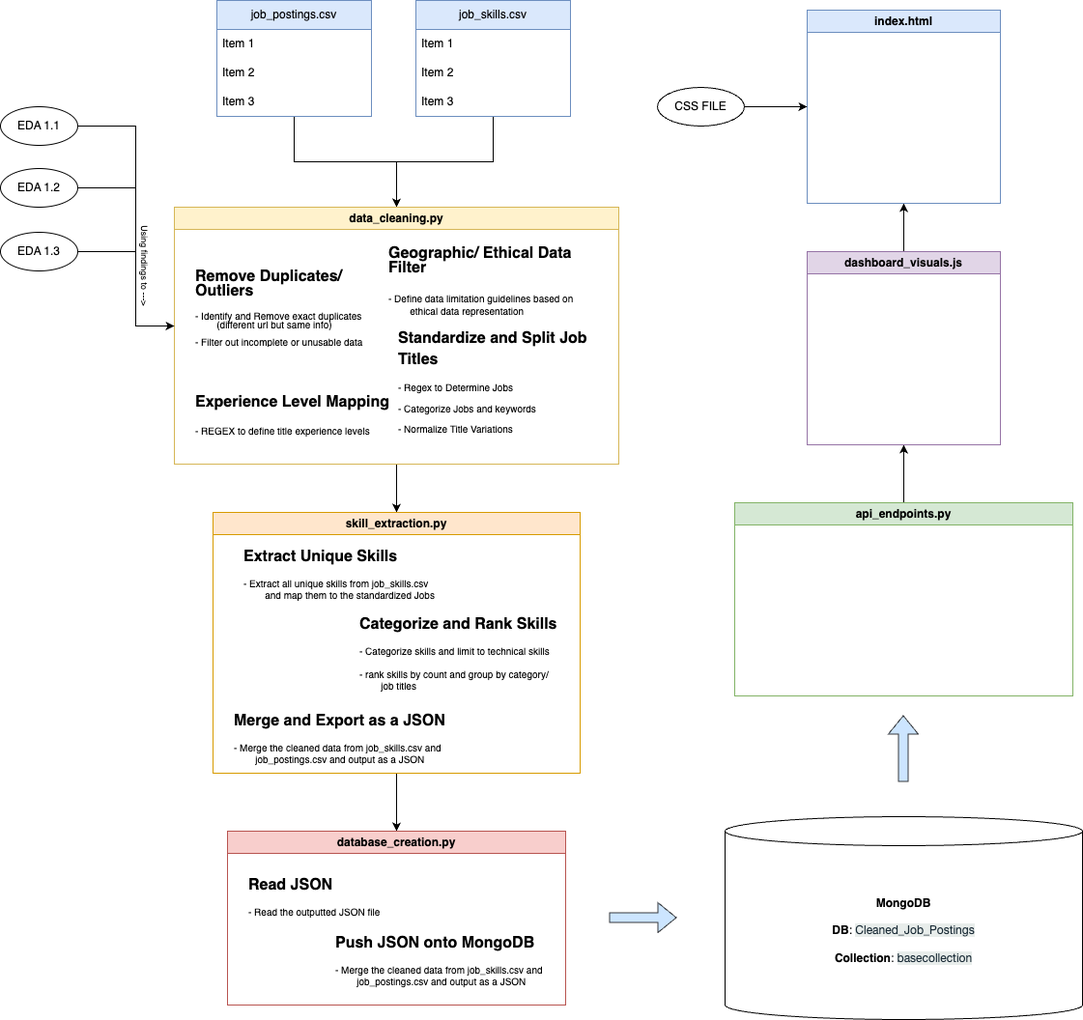
Before: resources/Project_3_Process_Map.png, a diagram exported from draw.io (Oceanpro00/Data_Jobs_Skills_Dashboard). Source tidied: cells renumbered, new cells last; positions are measured from the earlier drawing's top-left corner, leaving out a move shared by most shapes.
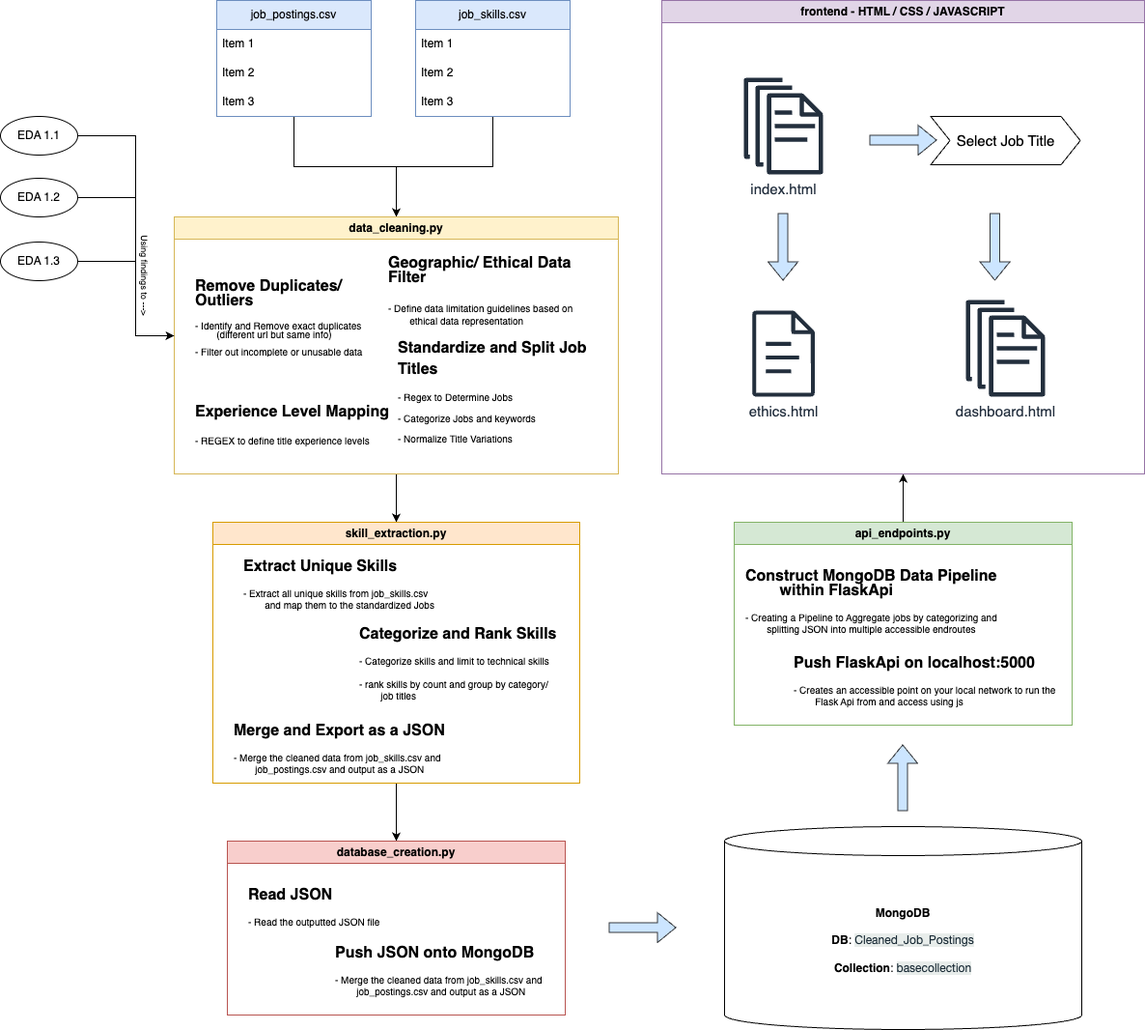
The same diagram one commit later.

The edit, as a diff of the source:
```diff
@@ -6,7 +6,7 @@
       <mxGeometry relative="1" as="geometry" />
     </mxCell>
     <mxCell id="3" value="job_postings.csv" style="swimlane;fontStyle=0;horizontal=1;startSize=30;whiteSpace=wrap;html=1;fillColor=#dae8fc;strokeColor=#6c8ebf;" parent="1" vertex="1">
-      <mxGeometry x="224" width="160" height="120" as="geometry" />
+      <mxGeometry x="224" y="-10" width="160" height="120" as="geometry" />
     </mxCell>
     <mxCell id="4" value="Item 1" style="text;strokeColor=none;fillColor=none;align=left;verticalAlign=middle;spacingLeft=4;spacingRight=4;overflow=hidden;whiteSpace=wrap;html=1;" parent="3" vertex="1">
       <mxGeometry y="30" width="160" height="30" as="geometry" />
@@ -21,7 +21,7 @@
       <mxGeometry relative="1" as="geometry" />
     </mxCell>
     <mxCell id="8" value="job_skills.csv" style="swimlane;fontStyle=0;horizontal=1;startSize=30;whiteSpace=wrap;html=1;fillColor=#dae8fc;strokeColor=#6c8ebf;" parent="1" vertex="1">
-      <mxGeometry x="430" width="160" height="120" as="geometry" />
+      <mxGeometry x="430" y="-10" width="160" height="120" as="geometry" />
     </mxCell>
     <mxCell id="9" value="Item 1" style="text;strokeColor=none;fillColor=none;align=left;verticalAlign=middle;spacingLeft=4;spacingRight=4;overflow=hidden;whiteSpace=wrap;html=1;" parent="8" vertex="1">
       <mxGeometry y="30" width="160" height="30" as="geometry" />
@@ -119,32 +119,56 @@
     <mxCell id="34" value="&lt;b&gt;MongoDB&lt;/b&gt;&lt;div&gt;&lt;br&gt;&lt;/div&gt;&lt;div&gt;&lt;b&gt;DB&lt;/b&gt;:&amp;nbsp;&lt;span style=&quot;background-color: rgb(232, 237, 235); color: rgb(28, 45, 56); font-family: &amp;quot;Euclid Circular A&amp;quot;, &amp;quot;Helvetica Neue&amp;quot;, Helvetica, Arial, sans-serif; text-align: start; text-wrap-mode: nowrap;&quot;&gt;Cleaned_Job_Postings&lt;/span&gt;&lt;/div&gt;&lt;div&gt;&lt;br&gt;&lt;/div&gt;&lt;div&gt;&lt;b&gt;Collection&lt;/b&gt;:&amp;nbsp;&lt;span style=&quot;background-color: rgb(232, 237, 235); color: rgb(28, 45, 56); font-family: &amp;quot;Euclid Circular A&amp;quot;, &amp;quot;Helvetica Neue&amp;quot;, Helvetica, Arial, sans-serif; text-align: start; text-wrap-mode: nowrap;&quot;&gt;basecollection&lt;/span&gt;&lt;/div&gt;" style="shape=cylinder3;whiteSpace=wrap;html=1;boundedLbl=1;backgroundOutline=1;size=15;" parent="1" vertex="1">
       <mxGeometry x="750" y="845" width="370" height="210" as="geometry" />
     </mxCell>
-    <mxCell id="35" style="edgeStyle=orthogonalEdgeStyle;rounded=0;jettySize=auto;html=1;entryX=0.5;entryY=1;entryDx=0;entryDy=0;" parent="1" edge="1" source="36" target="39">
-      <mxGeometry relative="1" as="geometry" />
-    </mxCell>
+    <mxCell id="43" style="edgeStyle=orthogonalEdgeStyle;rounded=0;jettySize=auto;html=1;exitX=0.5;exitY=0;exitDx=0;exitDy=0;" parent="1" edge="1" source="36" target="46">
+      <mxGeometry relative="1" as="geometry" />
+    </mxCell>
     <mxCell id="36" value="api_endpoints.py" style="swimlane;whiteSpace=wrap;html=1;fillColor=#d5e8d4;strokeColor=#82b366;" parent="1" vertex="1">
-      <mxGeometry x="760" y="520" width="350" height="200" as="geometry" />
+      <mxGeometry x="760" y="530" width="350" height="210" as="geometry" />
     </mxCell>
+    <mxCell id="44" value="&lt;div style=&quot;line-height: 50%;&quot;&gt;&lt;h1 style=&quot;margin-top: 0px; line-height: 50%;&quot;&gt;&lt;span style=&quot;background-color: transparent; color: light-dark(rgb(0, 0, 0), rgb(255, 255, 255)); font-size: 16px;&quot;&gt;Construct MongoDB Data Pipeline &lt;span style=&quot;white-space: pre;&quot;&gt;&#9;&lt;/span&gt;within FlaskApi&lt;/span&gt;&lt;/h1&gt;&lt;h1 style=&quot;margin-top: 0px; line-height: 50%;&quot;&gt;&lt;div style=&quot;font-size: 12px; font-weight: 400;&quot;&gt;&lt;font style=&quot;line-height: 9px;&quot; size=&quot;1&quot;&gt;- Creating a Pipeline to Aggregate jobs by categorizing and &lt;span style=&quot;white-space: pre;&quot;&gt;&#9;&lt;/span&gt;splitting JSON into multiple accessible endroutes&lt;/font&gt;&lt;/div&gt;&lt;/h1&gt;&lt;/div&gt;" style="text;html=1;whiteSpace=wrap;overflow=hidden;rounded=0;" parent="36" vertex="1">
+      <mxGeometry x="10" y="40" width="280" height="90" as="geometry" />
+    </mxCell>
+    <mxCell id="45" value="&lt;div style=&quot;line-height: 50%;&quot;&gt;&lt;h1 style=&quot;margin-top: 0px; line-height: 50%;&quot;&gt;&lt;span style=&quot;font-size: 16px;&quot;&gt;Push FlaskApi on localhost:5000&lt;/span&gt;&lt;/h1&gt;&lt;h1 style=&quot;margin-top: 0px; line-height: 50%;&quot;&gt;&lt;div style=&quot;font-size: 12px; font-weight: 400;&quot;&gt;&lt;font style=&quot;line-height: 9px;&quot; size=&quot;1&quot;&gt;- Creates an accessible point on your local network to run the &lt;span style=&quot;white-space: pre;&quot;&gt;&#9;&lt;/span&gt;Flask Api from and access using js&lt;/font&gt;&lt;/div&gt;&lt;/h1&gt;&lt;/div&gt;" style="text;html=1;whiteSpace=wrap;overflow=hidden;rounded=0;" parent="36" vertex="1">
+      <mxGeometry x="60" y="130" width="280" height="90" as="geometry" />
+    </mxCell>
     <mxCell id="37" style="shape=flexArrow;endArrow=classic;html=1;rounded=0;fillColor=#cce5ff;strokeColor=#36393d;" parent="1" edge="1">
       <mxGeometry relative="1" as="geometry">
-        <mxPoint x="934.5" y="809" as="sourcePoint" />
-        <mxPoint x="934.5" y="740" as="targetPoint" />
+        <mxPoint x="934.5" y="829" as="sourcePoint" />
+        <mxPoint x="934.5" y="760" as="targetPoint" />
       </mxGeometry>
     </mxCell>
-    <mxCell id="38" style="edgeStyle=orthogonalEdgeStyle;rounded=0;jettySize=auto;html=1;exitX=0.5;exitY=0;exitDx=0;exitDy=0;entryX=0.5;entryY=1;entryDx=0;entryDy=0;" parent="1" edge="1" source="39" target="40">
-      <mxGeometry relative="1" as="geometry" />
-    </mxCell>
-    <mxCell id="39" value="dashboard_visuals.js" style="swimlane;whiteSpace=wrap;html=1;fillColor=#e1d5e7;strokeColor=#9673a6;" parent="1" vertex="1">
-      <mxGeometry x="835" y="260" width="200" height="200" as="geometry" />
-    </mxCell>
+    <mxCell id="46" value="frontend - HTML / CSS / JAVASCRIPT" style="swimlane;whiteSpace=wrap;html=1;fillColor=#e1d5e7;strokeColor=#9673a6;startSize=23;" parent="1" vertex="1">
+      <mxGeometry x="685" y="-10" width="500" height="490" as="geometry" />
+    </mxCell>
-    <mxCell id="40" value="index.html" style="swimlane;whiteSpace=wrap;html=1;fillColor=#dae8fc;strokeColor=#6c8ebf;" parent="1" vertex="1">
-      <mxGeometry x="835" y="10" width="200" height="200" as="geometry" />
+    <mxCell id="40" value="&lt;font style=&quot;font-size: 15px;&quot;&gt;index.html&lt;/font&gt;" style="sketch=0;outlineConnect=0;fontColor=#232F3E;gradientColor=none;fillColor=#232F3D;strokeColor=none;dashed=0;verticalLabelPosition=bottom;verticalAlign=top;align=center;html=1;fontSize=12;fontStyle=0;shape=mxgraph.aws4.documents;" parent="46" vertex="1">
+      <mxGeometry x="85" y="80" width="82" height="100" as="geometry" />
     </mxCell>
-    <mxCell id="41" style="edgeStyle=orthogonalEdgeStyle;rounded=0;jettySize=auto;html=1;entryX=0;entryY=0.5;entryDx=0;entryDy=0;" parent="1" edge="1" source="42" target="40">
-      <mxGeometry relative="1" as="geometry" />
-    </mxCell>
-    <mxCell id="42" value="CSS FILE" style="ellipse;whiteSpace=wrap;html=1;" parent="1" vertex="1">
-      <mxGeometry x="680" y="90" width="90" height="40" as="geometry" />
-    </mxCell>
+    <mxCell id="47" value="&lt;font style=&quot;font-size: 15px;&quot;&gt;dashboard.html&lt;/font&gt;" style="sketch=0;fontColor=#232F3E;gradientColor=none;fillColor=#232F3D;strokeColor=none;dashed=0;verticalLabelPosition=bottom;verticalAlign=top;align=center;html=1;fontSize=12;fontStyle=0;shape=mxgraph.aws4.documents;" parent="46" vertex="1">
+      <mxGeometry x="315" y="310" width="82" height="100" as="geometry" />
+    </mxCell>
+    <mxCell id="48" value="&lt;span style=&quot;font-size: 15px;&quot;&gt;Select Job Title&lt;/span&gt;" style="shape=step;perimeter=stepPerimeter;whiteSpace=wrap;html=1;fixedSize=1;" parent="46" vertex="1">
+      <mxGeometry x="278.5" y="120" width="155" height="50" as="geometry" />
+    </mxCell>
+    <mxCell id="49" style="shape=flexArrow;endArrow=classic;html=1;rounded=0;fillColor=#cce5ff;strokeColor=#36393d;" parent="46" edge="1">
+      <mxGeometry relative="1" as="geometry">
+        <mxPoint x="215" y="144.5" as="sourcePoint" />
+        <mxPoint x="285" y="144.5" as="targetPoint" />
+      </mxGeometry>
+    </mxCell>
+    <mxCell id="50" style="shape=flexArrow;endArrow=classic;html=1;rounded=0;fillColor=#cce5ff;strokeColor=#36393d;" parent="46" edge="1">
+      <mxGeometry relative="1" as="geometry">
+        <mxPoint x="345" y="220" as="sourcePoint" />
+        <mxPoint x="345" y="290" as="targetPoint" />
+      </mxGeometry>
+    </mxCell>
+    <mxCell id="51" style="shape=flexArrow;endArrow=classic;html=1;rounded=0;fillColor=#cce5ff;strokeColor=#36393d;" parent="46" edge="1">
+      <mxGeometry relative="1" as="geometry">
+        <mxPoint x="125.5" y="220" as="sourcePoint" />
+        <mxPoint x="125.5" y="290" as="targetPoint" />
+      </mxGeometry>
+    </mxCell>
+    <mxCell id="52" value="&lt;font style=&quot;font-size: 15px;&quot;&gt;ethics.html&lt;/font&gt;" style="sketch=0;fontColor=#232F3E;gradientColor=none;fillColor=#232F3D;strokeColor=none;dashed=0;verticalLabelPosition=bottom;verticalAlign=top;align=center;html=1;fontSize=12;fontStyle=0;shape=mxgraph.aws4.document;" parent="46" vertex="1">
+      <mxGeometry x="93.5" y="321" width="65" height="89" as="geometry" />
+    </mxCell>
   </root>
 </mxGraphModel>
```
